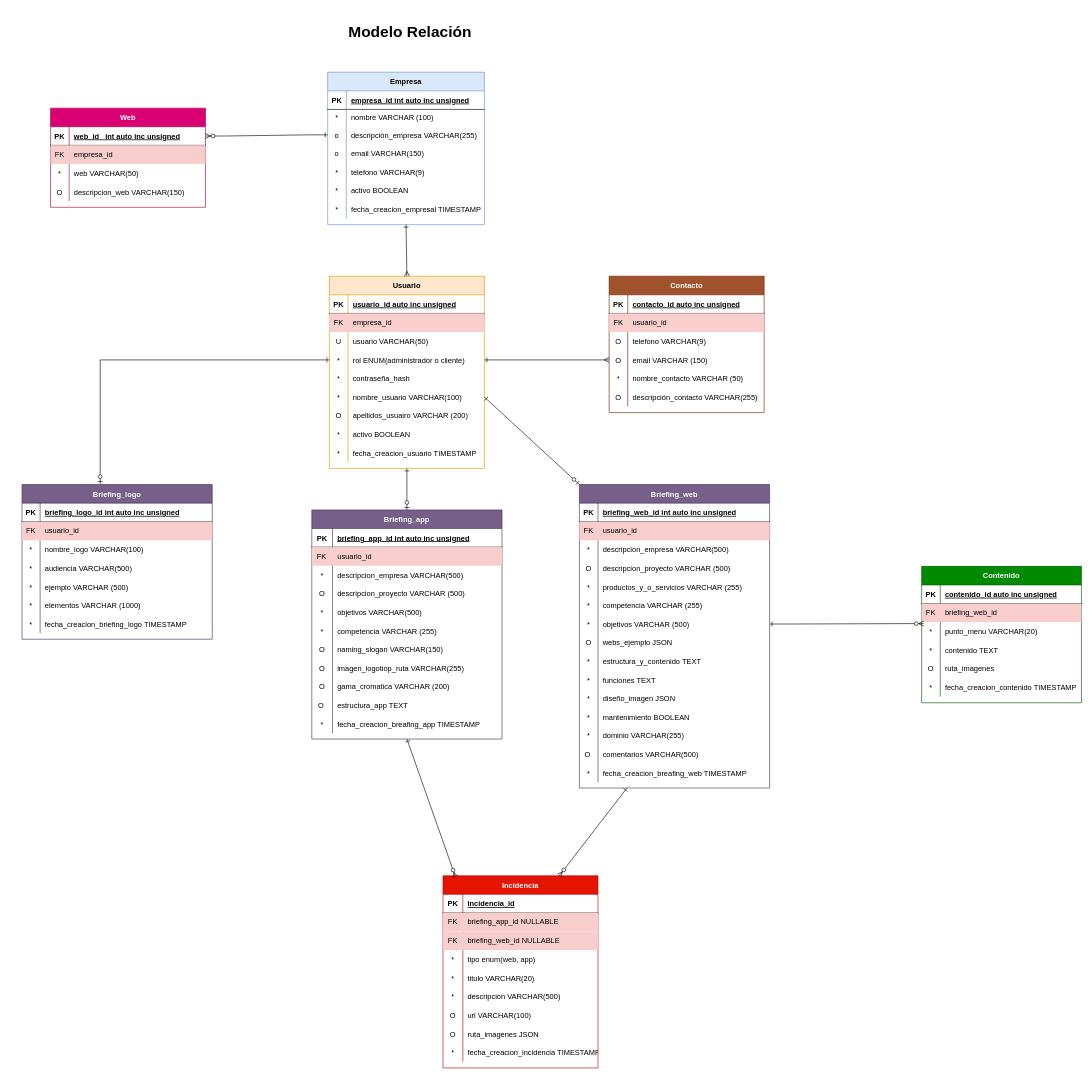
This is traduccion-relaciones.drawio from cnievaslozano/crm-myproject, a draw.io file, before an edit. Source tidied: cells renumbered, new cells numbered last; positions are measured from the earlier drawing's top-left corner, leaving out a move shared by most shapes. Both pictures are drawn from the tidied source at 62%, with x=0, y=0 at pixel (22, 21).
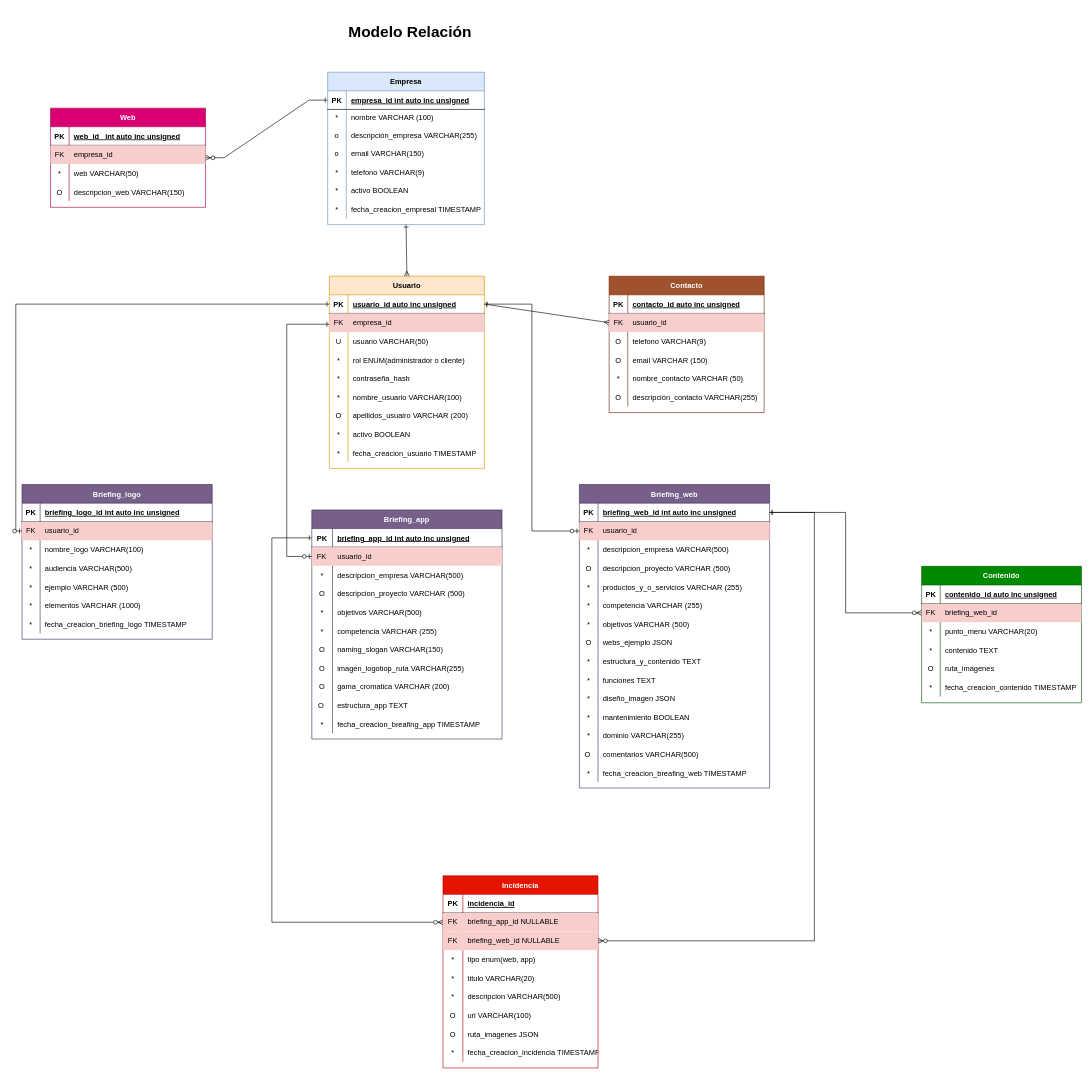
After the change.

The change refers to these unchanged cells:
```xml
<mxCell id="2" value="Usuario" style="shape=table;startSize=30;childLayout=tableLayout;rowLines=0;fontStyle=1;align=center;fillColor=#ffe6cc;strokeColor=#d79b00;" parent="1" vertex="1">
  <mxGeometry x="495.8" y="411" width="250" height="310" as="geometry" />
</mxCell>
<mxCell id="3" style="shape=partialRectangle;fillColor=none;points=[[0,0.5],[1,0.5]];portConstraint=eastwest;top=0;left=0;right=0;bottom=1;" parent="2" vertex="1">
  <mxGeometry y="30" width="250" height="30" as="geometry" />
</mxCell>
<mxCell id="12" style="shape=tableRow;horizontal=0;startSize=0;swimlaneHead=0;swimlaneBody=0;fillColor=none;points=[[0,0.5],[1,0.5]];portConstraint=eastwest;top=0;left=0;right=0;bottom=0;" parent="2" vertex="1">
  <mxGeometry y="120" width="250" height="30" as="geometry" />
</mxCell>
<mxCell id="18" style="shape=tableRow;horizontal=0;startSize=0;swimlaneHead=0;swimlaneBody=0;fillColor=none;points=[[0,0.5],[1,0.5]];portConstraint=eastwest;top=0;left=0;right=0;bottom=0;" parent="2" vertex="1">
  <mxGeometry y="180" width="250" height="30" as="geometry" />
</mxCell>
<mxCell id="34" style="shape=tableRow;horizontal=0;startSize=0;swimlaneHead=0;swimlaneBody=0;fillColor=#f8cecc;points=[[0,0.5],[1,0.5]];portConstraint=eastwest;top=0;left=0;right=0;bottom=0;strokeColor=#b85450;" parent="30" vertex="1">
  <mxGeometry y="60" width="250" height="30" as="geometry" />
</mxCell>
<mxCell id="40" style="shape=partialRectangle;fillColor=none;points=[[0,0.5],[1,0.5]];portConstraint=eastwest;top=0;left=0;right=0;bottom=0;" parent="30" vertex="1">
  <mxGeometry y="120" width="250" height="30" as="geometry" />
</mxCell>
<mxCell id="50" style="shape=partialRectangle;fillColor=none;points=[[0,0.5],[1,0.5]];portConstraint=eastwest;top=0;left=0;right=0;bottom=1;" parent="49" vertex="1">
  <mxGeometry y="30" width="252.8" height="30" as="geometry" />
</mxCell>
<mxCell id="56" style="shape=tableRow;horizontal=0;startSize=0;swimlaneHead=0;swimlaneBody=0;fillColor=none;points=[[0,0.5],[1,0.5]];portConstraint=eastwest;top=0;left=0;right=0;bottom=0;" parent="49" vertex="1">
  <mxGeometry y="86" width="252.8" height="30" as="geometry" />
</mxCell>
<mxCell id="72" value="Briefing_web" style="shape=table;startSize=30;childLayout=tableLayout;rowLines=0;fontStyle=1;align=center;fillColor=#76608a;fontColor=#ffffff;strokeColor=#432D57;" parent="1" vertex="1">
  <mxGeometry x="899" y="747" width="306.8" height="489.5" as="geometry" />
</mxCell>
<mxCell id="73" style="shape=partialRectangle;fillColor=none;points=[[0,0.5],[1,0.5]];portConstraint=eastwest;top=0;left=0;right=0;bottom=1;" parent="72" vertex="1">
  <mxGeometry y="30" width="306.8" height="30" as="geometry" />
</mxCell>
<mxCell id="76" style="shape=tableRow;horizontal=0;startSize=0;swimlaneHead=0;swimlaneBody=0;fillColor=#f8cecc;points=[[0,0.5],[1,0.5]];portConstraint=eastwest;top=0;left=0;right=0;bottom=0;strokeColor=#b85450;" parent="72" vertex="1">
  <mxGeometry y="60" width="306.8" height="30" as="geometry" />
</mxCell>
<mxCell id="91" style="shape=tableRow;horizontal=0;startSize=0;swimlaneHead=0;swimlaneBody=0;fillColor=none;points=[[0,0.5],[1,0.5]];portConstraint=eastwest;top=0;left=0;right=0;bottom=0;" parent="72" vertex="1">
  <mxGeometry y="210" width="306.8" height="30" as="geometry" />
</mxCell>
<mxCell id="122" style="shape=tableRow;horizontal=0;startSize=0;swimlaneHead=0;swimlaneBody=0;fillColor=#f8cecc;points=[[0,0.5],[1,0.5]];portConstraint=eastwest;top=0;left=0;right=0;bottom=0;strokeColor=#b85450;" parent="118" vertex="1">
  <mxGeometry y="60" width="257.8" height="30" as="geometry" />
</mxCell>
<mxCell id="125" style="shape=partialRectangle;fillColor=none;points=[[0,0.5],[1,0.5]];portConstraint=eastwest;top=0;left=0;right=0;bottom=0;" parent="118" vertex="1">
  <mxGeometry y="90" width="257.8" height="30" as="geometry" />
</mxCell>
<mxCell id="137" value="Incidencia" style="shape=table;startSize=30;childLayout=tableLayout;rowLines=0;fontStyle=1;align=center;fillColor=#e51400;fontColor=#ffffff;strokeColor=#B20000;" parent="1" vertex="1">
  <mxGeometry x="679" y="1378" width="250" height="310" as="geometry" />
</mxCell>
<mxCell id="141" style="shape=tableRow;horizontal=0;startSize=0;swimlaneHead=0;swimlaneBody=0;fillColor=#f8cecc;points=[[0,0.5],[1,0.5]];portConstraint=eastwest;top=0;left=0;right=0;bottom=0;strokeColor=#b85450;" parent="137" vertex="1">
  <mxGeometry y="60" width="250" height="30" as="geometry" />
</mxCell>
<mxCell id="144" style="shape=tableRow;horizontal=0;startSize=0;swimlaneHead=0;swimlaneBody=0;fillColor=#f8cecc;points=[[0,0.5],[1,0.5]];portConstraint=eastwest;top=0;left=0;right=0;bottom=0;strokeColor=#b85450;" parent="137" vertex="1">
  <mxGeometry y="90" width="250" height="30" as="geometry" />
</mxCell>
<mxCell id="165" value="Web" style="shape=table;startSize=30;childLayout=tableLayout;rowLines=0;fontStyle=1;align=center;fillColor=#d80073;strokeColor=#A50040;fontColor=#ffffff;" parent="1" vertex="1">
  <mxGeometry x="46" y="139.9" width="250" height="160" as="geometry" />
</mxCell>
<mxCell id="166" style="shape=partialRectangle;fillColor=none;points=[[0,0.5],[1,0.5]];portConstraint=eastwest;top=0;left=0;right=0;bottom=1;" parent="165" vertex="1">
  <mxGeometry y="30" width="250" height="30" as="geometry" />
</mxCell>
<mxCell id="178" value="Briefing_app" style="shape=table;startSize=30;childLayout=tableLayout;rowLines=0;fontStyle=1;align=center;fillColor=#76608a;fontColor=#ffffff;strokeColor=#432D57;" parent="1" vertex="1">
  <mxGeometry x="467.4" y="788" width="306.8" height="369.5" as="geometry" />
</mxCell>
<mxCell id="179" style="shape=partialRectangle;fillColor=none;points=[[0,0.5],[1,0.5]];portConstraint=eastwest;top=0;left=0;right=0;bottom=1;" parent="178" vertex="1">
  <mxGeometry y="30" width="306.8" height="30" as="geometry" />
</mxCell>
<mxCell id="182" style="shape=tableRow;horizontal=0;startSize=0;swimlaneHead=0;swimlaneBody=0;fillColor=#f8cecc;points=[[0,0.5],[1,0.5]];portConstraint=eastwest;top=0;left=0;right=0;bottom=0;strokeColor=#b85450;" parent="178" vertex="1">
  <mxGeometry y="60" width="306.8" height="30" as="geometry" />
</mxCell>
<mxCell id="212" value="Briefing_logo" style="shape=table;startSize=30;childLayout=tableLayout;rowLines=0;fontStyle=1;align=center;fillColor=#76608a;fontColor=#ffffff;strokeColor=#432D57;" parent="1" vertex="1">
  <mxGeometry y="747" width="306.8" height="249.5" as="geometry" />
</mxCell>
<mxCell id="216" style="shape=tableRow;horizontal=0;startSize=0;swimlaneHead=0;swimlaneBody=0;fillColor=#f8cecc;points=[[0,0.5],[1,0.5]];portConstraint=eastwest;top=0;left=0;right=0;bottom=0;strokeColor=#b85450;" parent="212" vertex="1">
  <mxGeometry y="60" width="306.8" height="30" as="geometry" />
</mxCell>
```

Diff of the diagram source:
```diff
@@
-    <mxCell id="235" style="fontSize=12;html=1;endArrow=ERmany;endFill=0;rounded=0;exitX=1;exitY=0.5;exitDx=0;exitDy=0;entryX=0;entryY=0.5;entryDx=0;entryDy=0;startArrow=ERone;startFill=0;" parent="1" edge="1" source="12" target="40">
+    <mxCell id="235" style="fontSize=12;html=1;endArrow=ERmany;endFill=0;rounded=0;exitX=1;exitY=0.5;exitDx=0;exitDy=0;entryX=0;entryY=0.5;entryDx=0;entryDy=0;startArrow=ERone;startFill=0;" parent="1" edge="1" source="3" target="34">
       <mxGeometry relative="1" as="geometry" />
     </mxCell>
-    <mxCell id="236" style="edgeStyle=entityRelationEdgeStyle;fontSize=12;html=1;endArrow=ERzeroToMany;endFill=1;rounded=0;entryX=1;entryY=0.5;entryDx=0;entryDy=0;exitX=0;exitY=0.5;exitDx=0;exitDy=0;startArrow=ERone;startFill=0;" parent="1" edge="1" source="56" target="166">
+    <mxCell id="236" style="edgeStyle=entityRelationEdgeStyle;fontSize=12;html=1;endArrow=ERzeroToMany;endFill=1;rounded=0;entryX=1;entryY=0.5;entryDx=0;entryDy=0;exitX=0;exitY=0.5;exitDx=0;exitDy=0;startArrow=ERone;startFill=0;" parent="1" edge="1" source="50" target="165">
       <mxGeometry relative="1" as="geometry">
         <Array as="points">
           <mxPoint x="358" y="508" />
           <mxPoint x="531" y="641" />
         </Array>
       </mxGeometry>
     </mxCell>
-    <mxCell id="237" style="edgeStyle=orthogonalEdgeStyle;fontSize=12;html=1;endArrow=ERzeroToOne;endFill=1;rounded=0;exitX=0;exitY=0.5;exitDx=0;exitDy=0;entryX=0.411;entryY=-0.003;entryDx=0;entryDy=0;entryPerimeter=0;startArrow=ERone;startFill=0;" parent="1" edge="1" source="12" target="212">
+    <mxCell id="237" style="edgeStyle=orthogonalEdgeStyle;fontSize=12;html=1;endArrow=ERzeroToOne;endFill=1;rounded=0;exitX=0;exitY=0.5;exitDx=0;exitDy=0;entryX=0;entryY=0.5;entryDx=0;entryDy=0;startArrow=ERone;startFill=0;" parent="1" edge="1" source="3" target="216">
       <mxGeometry relative="1" as="geometry" />
     </mxCell>
-    <mxCell id="238" style="fontSize=12;html=1;endArrow=ERzeroToOne;endFill=1;rounded=0;exitX=0.5;exitY=1;exitDx=0;exitDy=0;entryX=0.5;entryY=0;entryDx=0;entryDy=0;startArrow=ERone;startFill=0;" parent="1" edge="1" source="2" target="178">
-      <mxGeometry relative="1" as="geometry" />
+    <mxCell id="238" style="fontSize=12;html=1;endArrow=ERzeroToOne;endFill=1;rounded=0;exitX=0;exitY=0.25;exitDx=0;exitDy=0;entryX=0;entryY=0.5;entryDx=0;entryDy=0;startArrow=ERone;startFill=0;edgeStyle=orthogonalEdgeStyle;" parent="1" edge="1" source="2" target="182">
+      <mxGeometry relative="1" as="geometry">
+        <Array as="points">
+          <mxPoint x="427" y="488" />
+          <mxPoint x="427" y="863" />
+        </Array>
+      </mxGeometry>
     </mxCell>
-    <mxCell id="239" style="fontSize=12;html=1;endArrow=ERzeroToOne;endFill=1;rounded=0;exitX=1;exitY=0.5;exitDx=0;exitDy=0;entryX=0;entryY=0;entryDx=0;entryDy=0;startArrow=ERone;startFill=0;" parent="1" edge="1" source="18" target="72">
+    <mxCell id="239" style="fontSize=12;html=1;endArrow=ERzeroToOne;endFill=1;rounded=0;exitX=1;exitY=0.5;exitDx=0;exitDy=0;entryX=0;entryY=0.5;entryDx=0;entryDy=0;startArrow=ERone;startFill=0;edgeStyle=orthogonalEdgeStyle;" parent="1" edge="1" source="3" target="76">
       <mxGeometry relative="1" as="geometry" />
     </mxCell>
-    <mxCell id="240" style="edgeStyle=entityRelationEdgeStyle;fontSize=12;html=1;endArrow=ERzeroToMany;endFill=1;rounded=0;entryX=0.013;entryY=0.078;entryDx=0;entryDy=0;exitX=1;exitY=0.5;exitDx=0;exitDy=0;startArrow=ERone;startFill=0;entryPerimeter=0;" parent="1" edge="1" source="91" target="125">
-      <mxGeometry relative="1" as="geometry">
-        <Array as="points">
-          <mxPoint x="1411" y="1082" />
-          <mxPoint x="1584" y="1215" />
-        </Array>
-      </mxGeometry>
+    <mxCell id="240" style="edgeStyle=orthogonalEdgeStyle;fontSize=12;html=1;endArrow=ERzeroToMany;endFill=1;rounded=0;entryX=0;entryY=0.5;entryDx=0;entryDy=0;exitX=1;exitY=0.5;exitDx=0;exitDy=0;startArrow=ERone;startFill=0;" parent="1" edge="1" source="73" target="122">
+      <mxGeometry relative="1" as="geometry" />
     </mxCell>
-    <mxCell id="241" style="fontSize=12;html=1;endArrow=ERzeroToMany;endFill=1;rounded=0;entryX=0.75;entryY=0;entryDx=0;entryDy=0;exitX=0.25;exitY=1;exitDx=0;exitDy=0;startArrow=ERone;startFill=0;" parent="1" edge="1" source="72" target="137">
-      <mxGeometry relative="1" as="geometry" />
+    <mxCell id="241" style="fontSize=12;html=1;endArrow=ERzeroToMany;endFill=1;rounded=0;exitX=1;exitY=0.5;exitDx=0;exitDy=0;startArrow=ERone;startFill=0;edgeStyle=orthogonalEdgeStyle;entryX=1;entryY=0.5;entryDx=0;entryDy=0;" parent="1" edge="1" source="73" target="144">
+      <mxGeometry relative="1" as="geometry">
+        <Array as="points">
+          <mxPoint x="1278" y="792" />
+          <mxPoint x="1278" y="1483" />
+        </Array>
+      </mxGeometry>
     </mxCell>
-    <mxCell id="242" style="fontSize=12;html=1;endArrow=ERzeroToMany;endFill=1;rounded=0;entryX=0.081;entryY=0.007;entryDx=0;entryDy=0;exitX=0.5;exitY=1;exitDx=0;exitDy=0;startArrow=ERone;startFill=0;entryPerimeter=0;" parent="1" edge="1" source="178" target="137">
-      <mxGeometry relative="1" as="geometry" />
+    <mxCell id="242" style="fontSize=12;html=1;endArrow=ERzeroToMany;endFill=1;rounded=0;entryX=0;entryY=0.5;entryDx=0;entryDy=0;startArrow=ERone;startFill=0;edgeStyle=orthogonalEdgeStyle;exitX=0;exitY=0.5;exitDx=0;exitDy=0;" parent="1" edge="1" source="179" target="141">
+      <mxGeometry relative="1" as="geometry">
+        <Array as="points">
+          <mxPoint x="403" y="833" />
+          <mxPoint x="403" y="1453" />
+        </Array>
+      </mxGeometry>
     </mxCell>
```
